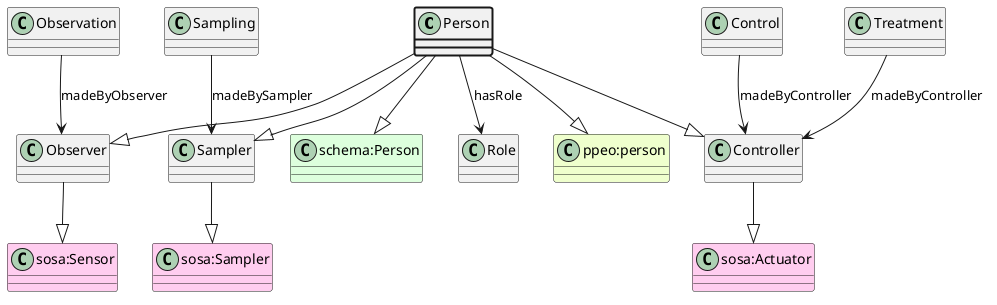
Before: ttl_uml/ttl_appn_Person.png, a diagram exported from PlantUML (aus-plant-phenomics-network/appn-schema). The source it was exported from:
```plantuml
@startuml
class Person  #line.bold
class "ppeo:person" #EEFFCC
Person --|> "ppeo:person"
class Observer
class "sosa:Sensor" #FFCCEE
Observer --|> "sosa:Sensor"
Person --|> Observer
class Controller
class "sosa:Actuator" #FFCCEE
Controller --|> "sosa:Actuator"
Person --|> Controller
class Sampler
class "sosa:Sampler" #FFCCEE
Sampler --|> "sosa:Sampler"
Person --|> Sampler
class "schema:Person" #DDFFDD
Person --|> "schema:Person"
class Role
Person --> Role : hasRole
class Observation
Observation --> Observer : madeByObserver
class Control
Control --> Controller : madeByController
class Treatment
Treatment --> Controller : madeByController
class Sampling
Sampling --> Sampler : madeBySampler
@enduml
```
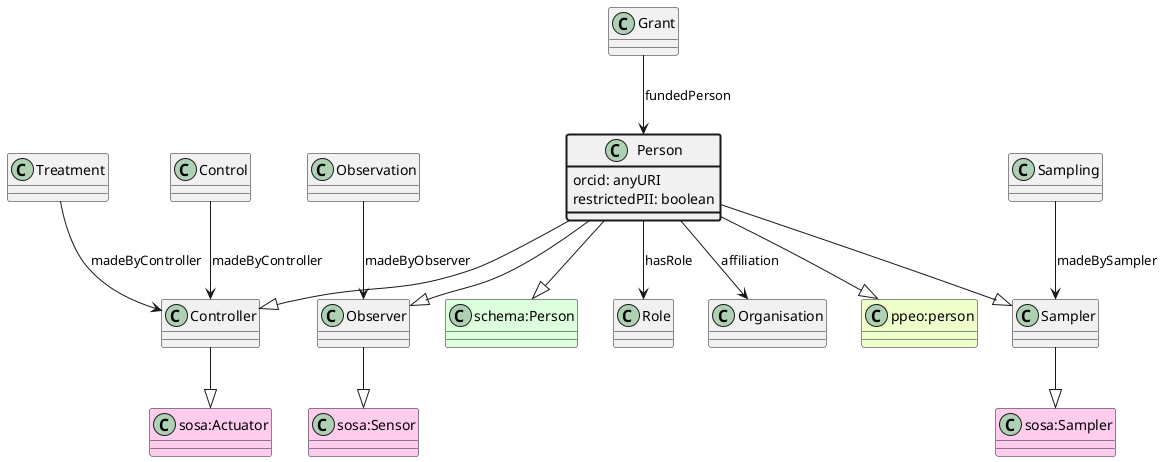
After the change.

The edit, as a diff of the source:
```diff
@@ -18,6 +18,16 @@
 Person --|> "schema:Person"
 class Role
 Person --> Role : hasRole
+class Organisation
+Person --> Organisation : affiliation
+class Grant
+Grant --> Person : fundedPerson
+class Person #line.bold {
+    orcid: anyURI
+}
+class Person #line.bold {
+    restrictedPII: boolean
+}
 class Observation
 Observation --> Observer : madeByObserver
 class Control
```
